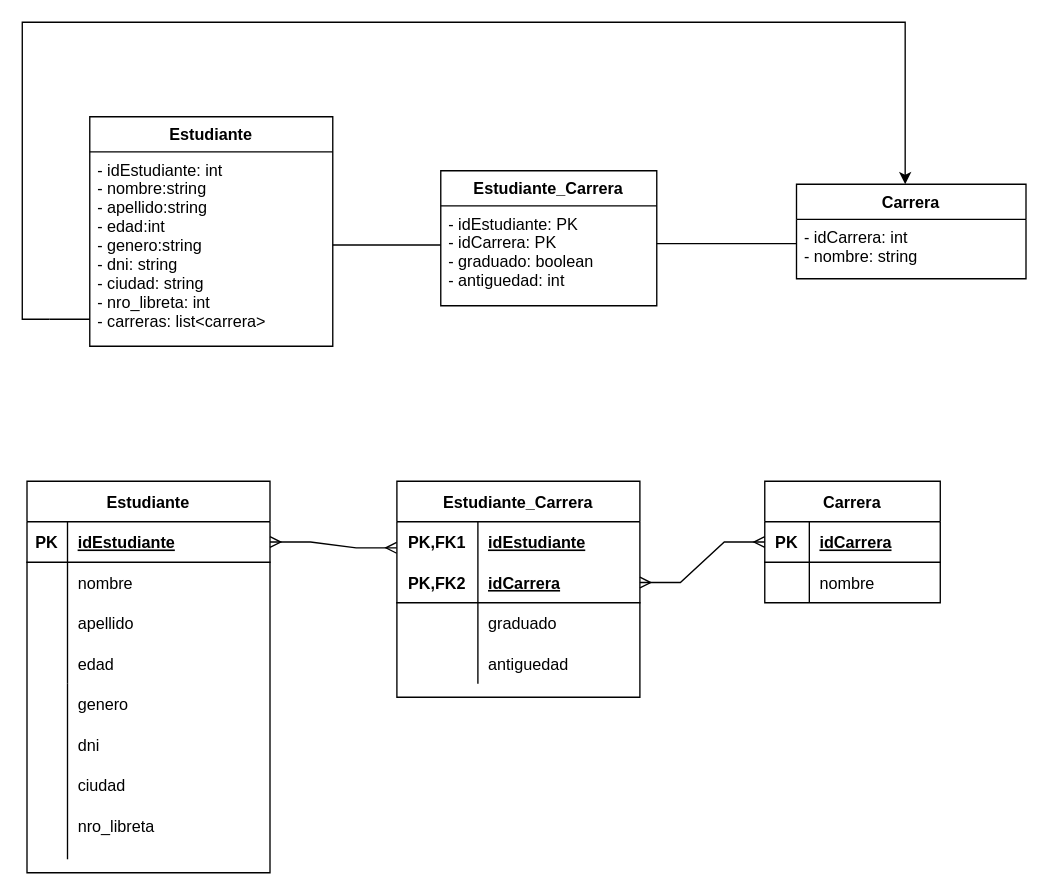
Before: entregable_2/Diagrama sin título.drawio in NahuFalconaro/arquitectura_web, a draw.io diagram. Source tidied: cells renumbered, new cells numbered last; positions are measured from the earlier drawing's top-left corner, leaving out a move shared by most shapes. Both pictures are drawn from the tidied source at 135%, with x=0, y=0 at pixel (22, 22).
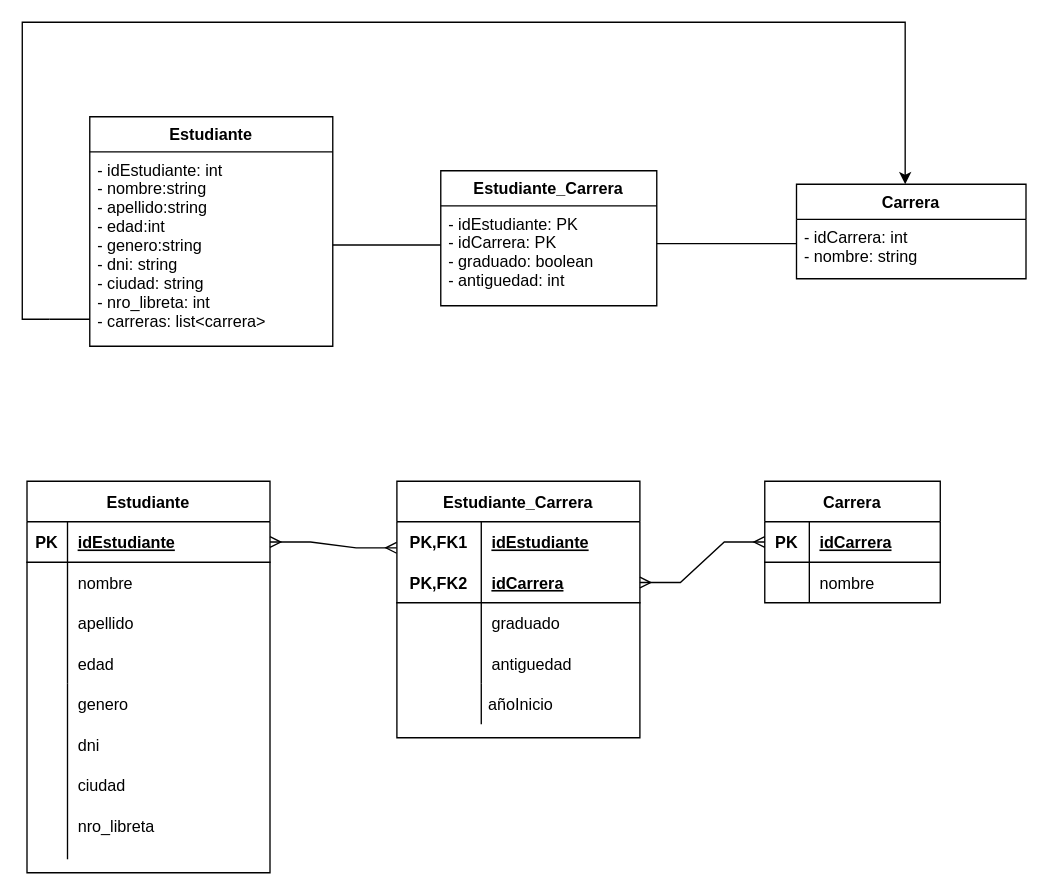
After the change.

Unchanged cells that the change refers to:
```xml
<mxCell id="35" style="shape=tableRow;horizontal=0;startSize=0;swimlaneHead=0;swimlaneBody=0;fillColor=none;points=[[0,0.5],[1,0.5]];portConstraint=eastwest;top=0;left=0;right=0;bottom=0;strokeColor=#000000;" parent="34" vertex="1">
  <mxGeometry y="30" width="180" height="30" as="geometry" />
</mxCell>
<mxCell id="38" style="shape=tableRow;horizontal=0;startSize=0;swimlaneHead=0;swimlaneBody=0;fillColor=none;points=[[0,0.5],[1,0.5]];portConstraint=eastwest;top=0;left=0;right=0;bottom=1;strokeColor=#000000;" parent="34" vertex="1">
  <mxGeometry y="60" width="180" height="30" as="geometry" />
</mxCell>
<mxCell id="41" style="shape=tableRow;horizontal=0;startSize=0;swimlaneHead=0;swimlaneBody=0;fillColor=none;top=0;left=0;right=0;bottom=0;strokeColor=#000000;" parent="34" vertex="1">
  <mxGeometry y="90" width="180" height="30" as="geometry" />
</mxCell>
<mxCell id="44" style="shape=tableRow;horizontal=0;startSize=0;swimlaneHead=0;swimlaneBody=0;fillColor=none;top=0;left=0;right=0;bottom=0;strokeColor=#000000;" parent="34" vertex="1">
  <mxGeometry y="120" width="180" height="30" as="geometry" />
</mxCell>
```

The edit, as a diff of the source:
```diff
@@
     <mxCell id="34" value="Estudiante_Carrera" style="shape=table;startSize=30;childLayout=tableLayout;rowLines=0;fontStyle=1;align=center;strokeColor=#000000;" parent="1" vertex="1">
-      <mxGeometry x="277.5" y="340" width="180" height="160" as="geometry" />
+      <mxGeometry x="277.5" y="340" width="180" height="190" as="geometry" />
     </mxCell>
@@
     <mxCell id="36" value="PK,FK1" style="shape=partialRectangle;fillColor=none;top=0;left=0;bottom=0;right=0;fontStyle=1;overflow=hidden;strokeColor=#000000;" parent="35" vertex="1">
-      <mxGeometry width="60" height="30" as="geometry" />
+      <mxGeometry width="62.5" height="30" as="geometry" />
     </mxCell>
     <mxCell id="37" value="idEstudiante" style="shape=partialRectangle;fillColor=none;top=0;left=0;bottom=0;right=0;align=left;spacingLeft=6;fontStyle=5;overflow=hidden;strokeColor=#000000;" parent="35" vertex="1">
-      <mxGeometry x="60" width="120" height="30" as="geometry" />
+      <mxGeometry x="62.5" width="117.5" height="30" as="geometry" />
     </mxCell>
@@
     <mxCell id="39" value="PK,FK2" style="shape=partialRectangle;fillColor=none;top=0;left=0;bottom=0;right=0;fontStyle=1;overflow=hidden;strokeColor=#000000;" parent="38" vertex="1">
-      <mxGeometry width="60" height="30" as="geometry" />
+      <mxGeometry width="62.5" height="30" as="geometry" />
     </mxCell>
     <mxCell id="40" value="idCarrera" style="shape=partialRectangle;fillColor=none;top=0;left=0;bottom=0;right=0;align=left;spacingLeft=6;fontStyle=5;overflow=hidden;strokeColor=#000000;" parent="38" vertex="1">
-      <mxGeometry x="60" width="120" height="30" as="geometry" />
+      <mxGeometry x="62.5" width="117.5" height="30" as="geometry" />
     </mxCell>
@@
     <mxCell id="42" style="shape=partialRectangle;fillColor=none;top=0;left=0;bottom=0;right=0;overflow=hidden;strokeColor=#000000;" parent="41" vertex="1">
-      <mxGeometry width="60" height="30" as="geometry" />
+      <mxGeometry width="62.5" height="30" as="geometry" />
     </mxCell>
     <mxCell id="43" value="graduado" style="shape=partialRectangle;fillColor=none;top=0;left=0;bottom=0;right=0;align=left;spacingLeft=6;overflow=hidden;strokeColor=#000000;" parent="41" vertex="1">
-      <mxGeometry x="60" width="120" height="30" as="geometry" />
+      <mxGeometry x="62.5" width="117.5" height="30" as="geometry" />
     </mxCell>
@@
     <mxCell id="45" style="shape=partialRectangle;fillColor=none;top=0;left=0;bottom=0;right=0;overflow=hidden;strokeColor=#000000;" parent="44" vertex="1">
-      <mxGeometry width="60" height="30" as="geometry" />
+      <mxGeometry width="62.5" height="30" as="geometry" />
     </mxCell>
     <mxCell id="46" value="antiguedad " style="shape=partialRectangle;fillColor=none;top=0;left=0;bottom=0;right=0;align=left;spacingLeft=6;overflow=hidden;strokeColor=#000000;" parent="44" vertex="1">
-      <mxGeometry x="60" width="120" height="30" as="geometry" />
+      <mxGeometry x="62.5" width="117.5" height="30" as="geometry" />
     </mxCell>
@@
+    <mxCell id="56" value="añoInicio" style="shape=partialRectangle;fillColor=none;top=0;left=0;bottom=0;right=0;align=left;spacingLeft=6;overflow=hidden;strokeColor=#000000;" parent="1" vertex="1">
+      <mxGeometry x="337.5" y="490" width="120" height="30" as="geometry" />
+    </mxCell>
+    <mxCell id="57" style="endArrow=none;html=1;rounded=0;" parent="1" edge="1">
+      <mxGeometry relative="1" as="geometry">
+        <mxPoint x="340" y="520" as="sourcePoint" />
+        <mxPoint x="340" y="490" as="targetPoint" />
+      </mxGeometry>
+    </mxCell>
```
